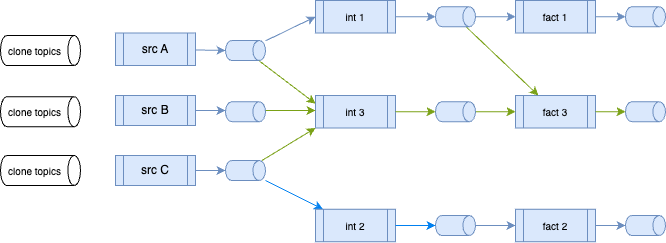
jbcodeforce/shift_left_utils keeps this draw.io diagram as docs/images/bg_2_3_0.drawio.png. Above is the earlier version. Source tidied: cells renumbered, new cells last; positions are measured from the earlier drawing's top-left corner, leaving out a move shared by most shapes. Source of this version:
```xml
<mxGraphModel>
  <root>
    <mxCell id="0" />
    <mxCell id="1" parent="0" />
    <mxCell id="2" value="int 3" style="shape=process;whiteSpace=wrap;html=1;backgroundOutline=1;fillColor=#dae8fc;strokeColor=#6c8ebf;fontSize=10;" parent="1" vertex="1">
      <mxGeometry x="290" y="99" width="80" height="32.5" as="geometry" />
    </mxCell>
    <mxCell id="3" style="edgeStyle=none;html=1;entryX=0;entryY=1;entryDx=0;entryDy=0;strokeColor=#7AA116;" parent="1" edge="1" source="5" target="2">
      <mxGeometry relative="1" as="geometry" />
    </mxCell>
    <mxCell id="4" style="edgeStyle=none;html=1;strokeColor=#0080F0;" parent="1" edge="1" source="5" target="37">
      <mxGeometry relative="1" as="geometry" />
    </mxCell>
    <mxCell id="5" style="shape=cylinder3;whiteSpace=wrap;html=1;boundedLbl=1;backgroundOutline=1;size=6.3255615234375;rotation=90;fillColor=#dae8fc;strokeColor=#6c8ebf;" parent="1" vertex="1">
      <mxGeometry x="210" y="154" width="20" height="40" as="geometry" />
    </mxCell>
    <mxCell id="6" value="src A" style="shape=process;whiteSpace=wrap;html=1;backgroundOutline=1;fillColor=#dae8fc;strokeColor=#6c8ebf;" parent="1" vertex="1">
      <mxGeometry x="90" y="36.5" width="80" height="32.5" as="geometry" />
    </mxCell>
    <mxCell id="7" value="src B" style="shape=process;whiteSpace=wrap;html=1;backgroundOutline=1;fillColor=#dae8fc;strokeColor=#6c8ebf;" parent="1" vertex="1">
      <mxGeometry x="90" y="99" width="80" height="30" as="geometry" />
    </mxCell>
    <mxCell id="8" value="fact 2" style="shape=process;whiteSpace=wrap;html=1;backgroundOutline=1;fillColor=#dae8fc;strokeColor=#6c8ebf;fontSize=10;" parent="1" vertex="1">
      <mxGeometry x="490" y="212.8" width="80" height="32.5" as="geometry" />
    </mxCell>
    <mxCell id="9" value="fact 3" style="shape=process;whiteSpace=wrap;html=1;backgroundOutline=1;fillColor=#dae8fc;strokeColor=#6c8ebf;fontSize=10;" parent="1" vertex="1">
      <mxGeometry x="490" y="99" width="80" height="32.5" as="geometry" />
    </mxCell>
    <mxCell id="10" style="edgeStyle=none;html=1;strokeColor=#6c8ebf;fillColor=#dae8fc;" parent="1" edge="1" source="11" target="8">
      <mxGeometry relative="1" as="geometry" />
    </mxCell>
    <mxCell id="11" style="shape=cylinder3;whiteSpace=wrap;html=1;boundedLbl=1;backgroundOutline=1;size=6.3255615234375;rotation=90;fillColor=#dae8fc;strokeColor=#6c8ebf;" parent="1" vertex="1">
      <mxGeometry x="420" y="209" width="20" height="40" as="geometry" />
    </mxCell>
    <mxCell id="12" style="shape=cylinder3;whiteSpace=wrap;html=1;boundedLbl=1;backgroundOutline=1;size=6.3255615234375;rotation=90;fillColor=#dae8fc;strokeColor=#6c8ebf;" parent="1" vertex="1">
      <mxGeometry x="610" y="209" width="20" height="40" as="geometry" />
    </mxCell>
    <mxCell id="13" style="shape=cylinder3;whiteSpace=wrap;html=1;boundedLbl=1;backgroundOutline=1;size=6.3255615234375;rotation=90;fillColor=#dae8fc;strokeColor=#6c8ebf;horizontal=0;fontSize=10;" parent="1" vertex="1">
      <mxGeometry x="610" y="95.2" width="20" height="40" as="geometry" />
    </mxCell>
    <mxCell id="14" style="edgeStyle=none;html=1;fillColor=#dae8fc;strokeColor=#7AA116;" parent="1" edge="1">
      <mxGeometry relative="1" as="geometry">
        <mxPoint x="240" y="114" as="sourcePoint" />
        <mxPoint x="290" y="114" as="targetPoint" />
      </mxGeometry>
    </mxCell>
    <mxCell id="15" style="edgeStyle=none;html=1;strokeColor=#6c8ebf;fillColor=#dae8fc;" parent="1" edge="1" source="16" target="23">
      <mxGeometry relative="1" as="geometry" />
    </mxCell>
    <mxCell id="16" value="int 1" style="shape=process;whiteSpace=wrap;html=1;backgroundOutline=1;fillColor=#dae8fc;strokeColor=#6c8ebf;fontSize=10;" parent="1" vertex="1">
      <mxGeometry x="290" y="4" width="80" height="32.5" as="geometry" />
    </mxCell>
    <mxCell id="17" style="edgeStyle=none;html=1;entryX=0;entryY=0.25;entryDx=0;entryDy=0;strokeColor=#7AA116;" parent="1" edge="1" source="19" target="2">
      <mxGeometry relative="1" as="geometry" />
    </mxCell>
    <mxCell id="18" style="edgeStyle=none;html=1;entryX=0;entryY=0.5;entryDx=0;entryDy=0;strokeColor=#6c8ebf;fillColor=#dae8fc;" parent="1" edge="1" source="19" target="16">
      <mxGeometry relative="1" as="geometry" />
    </mxCell>
    <mxCell id="19" style="shape=cylinder3;whiteSpace=wrap;html=1;boundedLbl=1;backgroundOutline=1;size=6.3255615234375;rotation=90;fillColor=#dae8fc;strokeColor=#6c8ebf;" parent="1" vertex="1">
      <mxGeometry x="210" y="34" width="20" height="40" as="geometry" />
    </mxCell>
    <mxCell id="20" value="fact 1" style="shape=process;whiteSpace=wrap;html=1;backgroundOutline=1;fillColor=#dae8fc;strokeColor=#6c8ebf;fontSize=10;" parent="1" vertex="1">
      <mxGeometry x="490" y="4" width="80" height="32.5" as="geometry" />
    </mxCell>
    <mxCell id="21" style="edgeStyle=none;html=1;strokeColor=#7AA116;" parent="1" edge="1" source="23" target="9">
      <mxGeometry relative="1" as="geometry" />
    </mxCell>
    <mxCell id="22" style="edgeStyle=none;html=1;entryX=0;entryY=0.5;entryDx=0;entryDy=0;strokeColor=#6c8ebf;fillColor=#dae8fc;" parent="1" edge="1" source="23" target="20">
      <mxGeometry relative="1" as="geometry" />
    </mxCell>
    <mxCell id="23" style="shape=cylinder3;whiteSpace=wrap;html=1;boundedLbl=1;backgroundOutline=1;size=6.3255615234375;rotation=90;fillColor=#dae8fc;strokeColor=#6c8ebf;" parent="1" vertex="1">
      <mxGeometry x="420" y="0.2" width="20" height="40" as="geometry" />
    </mxCell>
    <mxCell id="24" style="shape=cylinder3;whiteSpace=wrap;html=1;boundedLbl=1;backgroundOutline=1;size=6.3255615234375;rotation=90;fillColor=#dae8fc;strokeColor=#6c8ebf;" parent="1" vertex="1">
      <mxGeometry x="610" y="0.2" width="20" height="40" as="geometry" />
    </mxCell>
    <mxCell id="25" value="src C" style="shape=process;whiteSpace=wrap;html=1;backgroundOutline=1;fillColor=#dae8fc;strokeColor=#6c8ebf;" parent="1" vertex="1">
      <mxGeometry x="90" y="159" width="80" height="30" as="geometry" />
    </mxCell>
    <mxCell id="26" style="edgeStyle=none;html=1;entryX=0.5;entryY=1;entryDx=0;entryDy=0;entryPerimeter=0;fillColor=#dae8fc;strokeColor=#6c8ebf;" parent="1" edge="1" source="7">
      <mxGeometry relative="1" as="geometry">
        <mxPoint x="200" y="114" as="targetPoint" />
      </mxGeometry>
    </mxCell>
    <mxCell id="27" style="edgeStyle=none;html=1;entryX=0.5;entryY=1;entryDx=0;entryDy=0;entryPerimeter=0;strokeColor=#6c8ebf;fillColor=#dae8fc;" parent="1" edge="1" source="6" target="19">
      <mxGeometry relative="1" as="geometry" />
    </mxCell>
    <mxCell id="28" style="edgeStyle=none;html=1;entryX=0.5;entryY=1;entryDx=0;entryDy=0;entryPerimeter=0;strokeColor=#6c8ebf;fillColor=#dae8fc;" parent="1" edge="1" source="25" target="5">
      <mxGeometry relative="1" as="geometry" />
    </mxCell>
    <mxCell id="29" value="clone topics" style="shape=cylinder3;whiteSpace=wrap;html=1;boundedLbl=1;backgroundOutline=1;size=6.3255615234375;rotation=90;horizontal=0;fontSize=10;" parent="1" vertex="1">
      <mxGeometry y="14" width="30" height="80" as="geometry" />
    </mxCell>
    <mxCell id="30" value="clone topics" style="shape=cylinder3;whiteSpace=wrap;html=1;boundedLbl=1;backgroundOutline=1;size=6.3255615234375;rotation=90;horizontal=0;fontSize=10;" parent="1" vertex="1">
      <mxGeometry y="75.2" width="30" height="80" as="geometry" />
    </mxCell>
    <mxCell id="31" value="clone topics" style="shape=cylinder3;whiteSpace=wrap;html=1;boundedLbl=1;backgroundOutline=1;size=6.3255615234375;rotation=90;horizontal=0;fontSize=10;" parent="1" vertex="1">
      <mxGeometry y="134" width="30" height="80" as="geometry" />
    </mxCell>
    <mxCell id="32" style="edgeStyle=none;html=1;fillColor=#dae8fc;strokeColor=#7AA116;" parent="1" edge="1" source="33" target="9">
      <mxGeometry relative="1" as="geometry" />
    </mxCell>
    <mxCell id="33" style="shape=cylinder3;whiteSpace=wrap;html=1;boundedLbl=1;backgroundOutline=1;size=6.3255615234375;rotation=90;fillColor=#dae8fc;strokeColor=#6c8ebf;fontSize=10;horizontal=0;" parent="1" vertex="1">
      <mxGeometry x="420" y="95.2" width="20" height="40" as="geometry" />
    </mxCell>
    <mxCell id="34" style="edgeStyle=none;html=1;entryX=0.5;entryY=1;entryDx=0;entryDy=0;entryPerimeter=0;fillColor=#dae8fc;strokeColor=#7AA116;" parent="1" edge="1" source="2" target="33">
      <mxGeometry relative="1" as="geometry" />
    </mxCell>
    <mxCell id="35" style="edgeStyle=none;html=1;entryX=0.5;entryY=1;entryDx=0;entryDy=0;entryPerimeter=0;fillColor=#dae8fc;strokeColor=#7AA116;" parent="1" edge="1" source="9" target="13">
      <mxGeometry relative="1" as="geometry" />
    </mxCell>
    <mxCell id="36" style="edgeStyle=none;html=1;entryX=0.5;entryY=1;entryDx=0;entryDy=0;entryPerimeter=0;strokeColor=#6c8ebf;fillColor=#dae8fc;" parent="1" edge="1" source="20" target="24">
      <mxGeometry relative="1" as="geometry" />
    </mxCell>
    <mxCell id="37" value="int 2" style="shape=process;whiteSpace=wrap;html=1;backgroundOutline=1;fillColor=#dae8fc;strokeColor=#6c8ebf;fontSize=10;" parent="1" vertex="1">
      <mxGeometry x="290" y="212.8" width="80" height="32.5" as="geometry" />
    </mxCell>
    <mxCell id="38" style="edgeStyle=none;html=1;entryX=0.5;entryY=1;entryDx=0;entryDy=0;entryPerimeter=0;strokeColor=#0080F0;fillColor=#dae8fc;" parent="1" edge="1" source="37" target="11">
      <mxGeometry relative="1" as="geometry" />
    </mxCell>
    <mxCell id="39" style="edgeStyle=none;html=1;entryX=0.5;entryY=1;entryDx=0;entryDy=0;entryPerimeter=0;strokeColor=#6c8ebf;fillColor=#dae8fc;" parent="1" edge="1" source="8" target="12">
      <mxGeometry relative="1" as="geometry" />
    </mxCell>
    <mxCell id="40" style="shape=cylinder3;whiteSpace=wrap;html=1;boundedLbl=1;backgroundOutline=1;size=6.3255615234375;rotation=90;fillColor=#dae8fc;strokeColor=#6c8ebf;" parent="1" vertex="1">
      <mxGeometry x="210" y="95.2" width="20" height="40" as="geometry" />
    </mxCell>
  </root>
</mxGraphModel>
```
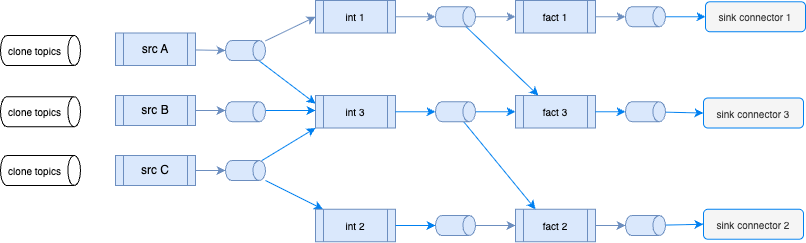
Above is the later version.

The edit, as a diff of the source:
```diff
@@ -5,7 +5,7 @@
     <mxCell id="2" value="int 3" style="shape=process;whiteSpace=wrap;html=1;backgroundOutline=1;fillColor=#dae8fc;strokeColor=#6c8ebf;fontSize=10;" parent="1" vertex="1">
       <mxGeometry x="290" y="99" width="80" height="32.5" as="geometry" />
     </mxCell>
-    <mxCell id="3" style="edgeStyle=none;html=1;entryX=0;entryY=1;entryDx=0;entryDy=0;strokeColor=#7AA116;" parent="1" edge="1" source="5" target="2">
+    <mxCell id="3" style="edgeStyle=none;html=1;entryX=0;entryY=1;entryDx=0;entryDy=0;strokeColor=#0080F0;" parent="1" edge="1" source="5" target="2">
       <mxGeometry relative="1" as="geometry" />
     </mxCell>
     <mxCell id="4" style="edgeStyle=none;html=1;strokeColor=#0080F0;" parent="1" edge="1" source="5" target="37">
@@ -32,13 +32,19 @@
     <mxCell id="11" style="shape=cylinder3;whiteSpace=wrap;html=1;boundedLbl=1;backgroundOutline=1;size=6.3255615234375;rotation=90;fillColor=#dae8fc;strokeColor=#6c8ebf;" parent="1" vertex="1">
       <mxGeometry x="420" y="209" width="20" height="40" as="geometry" />
     </mxCell>
+    <mxCell id="41" style="edgeStyle=none;html=1;entryX=0;entryY=0.5;entryDx=0;entryDy=0;strokeColor=#0080F0;" parent="1" edge="1" source="12" target="46">
+      <mxGeometry relative="1" as="geometry" />
+    </mxCell>
     <mxCell id="12" style="shape=cylinder3;whiteSpace=wrap;html=1;boundedLbl=1;backgroundOutline=1;size=6.3255615234375;rotation=90;fillColor=#dae8fc;strokeColor=#6c8ebf;" parent="1" vertex="1">
       <mxGeometry x="610" y="209" width="20" height="40" as="geometry" />
     </mxCell>
+    <mxCell id="42" style="edgeStyle=none;html=1;entryX=0;entryY=0.5;entryDx=0;entryDy=0;strokeColor=#0080F0;" parent="1" edge="1" source="13" target="47">
+      <mxGeometry relative="1" as="geometry" />
+    </mxCell>
     <mxCell id="13" style="shape=cylinder3;whiteSpace=wrap;html=1;boundedLbl=1;backgroundOutline=1;size=6.3255615234375;rotation=90;fillColor=#dae8fc;strokeColor=#6c8ebf;horizontal=0;fontSize=10;" parent="1" vertex="1">
       <mxGeometry x="610" y="95.2" width="20" height="40" as="geometry" />
     </mxCell>
-    <mxCell id="14" style="edgeStyle=none;html=1;fillColor=#dae8fc;strokeColor=#7AA116;" parent="1" edge="1">
+    <mxCell id="14" style="edgeStyle=none;html=1;fillColor=#dae8fc;strokeColor=#0080F0;" parent="1" edge="1">
       <mxGeometry relative="1" as="geometry">
         <mxPoint x="240" y="114" as="sourcePoint" />
         <mxPoint x="290" y="114" as="targetPoint" />
@@ -50,7 +56,7 @@
     <mxCell id="16" value="int 1" style="shape=process;whiteSpace=wrap;html=1;backgroundOutline=1;fillColor=#dae8fc;strokeColor=#6c8ebf;fontSize=10;" parent="1" vertex="1">
       <mxGeometry x="290" y="4" width="80" height="32.5" as="geometry" />
     </mxCell>
-    <mxCell id="17" style="edgeStyle=none;html=1;entryX=0;entryY=0.25;entryDx=0;entryDy=0;strokeColor=#7AA116;" parent="1" edge="1" source="19" target="2">
+    <mxCell id="17" style="edgeStyle=none;html=1;entryX=0;entryY=0.25;entryDx=0;entryDy=0;strokeColor=#0080F0;" parent="1" edge="1" source="19" target="2">
       <mxGeometry relative="1" as="geometry" />
     </mxCell>
     <mxCell id="18" style="edgeStyle=none;html=1;entryX=0;entryY=0.5;entryDx=0;entryDy=0;strokeColor=#6c8ebf;fillColor=#dae8fc;" parent="1" edge="1" source="19" target="16">
@@ -62,7 +68,7 @@
     <mxCell id="20" value="fact 1" style="shape=process;whiteSpace=wrap;html=1;backgroundOutline=1;fillColor=#dae8fc;strokeColor=#6c8ebf;fontSize=10;" parent="1" vertex="1">
       <mxGeometry x="490" y="4" width="80" height="32.5" as="geometry" />
     </mxCell>
-    <mxCell id="21" style="edgeStyle=none;html=1;strokeColor=#7AA116;" parent="1" edge="1" source="23" target="9">
+    <mxCell id="21" style="edgeStyle=none;html=1;strokeColor=#0080F0;" parent="1" edge="1" source="23" target="9">
       <mxGeometry relative="1" as="geometry" />
     </mxCell>
     <mxCell id="22" style="edgeStyle=none;html=1;entryX=0;entryY=0.5;entryDx=0;entryDy=0;strokeColor=#6c8ebf;fillColor=#dae8fc;" parent="1" edge="1" source="23" target="20">
@@ -71,6 +77,9 @@
     <mxCell id="23" style="shape=cylinder3;whiteSpace=wrap;html=1;boundedLbl=1;backgroundOutline=1;size=6.3255615234375;rotation=90;fillColor=#dae8fc;strokeColor=#6c8ebf;" parent="1" vertex="1">
       <mxGeometry x="420" y="0.2" width="20" height="40" as="geometry" />
     </mxCell>
+    <mxCell id="43" style="edgeStyle=none;html=1;entryX=0;entryY=0.5;entryDx=0;entryDy=0;strokeColor=#0080F0;" parent="1" edge="1" source="24" target="45">
+      <mxGeometry relative="1" as="geometry" />
+    </mxCell>
     <mxCell id="24" style="shape=cylinder3;whiteSpace=wrap;html=1;boundedLbl=1;backgroundOutline=1;size=6.3255615234375;rotation=90;fillColor=#dae8fc;strokeColor=#6c8ebf;" parent="1" vertex="1">
       <mxGeometry x="610" y="0.2" width="20" height="40" as="geometry" />
     </mxCell>
@@ -97,16 +106,19 @@
     <mxCell id="31" value="clone topics" style="shape=cylinder3;whiteSpace=wrap;html=1;boundedLbl=1;backgroundOutline=1;size=6.3255615234375;rotation=90;horizontal=0;fontSize=10;" parent="1" vertex="1">
       <mxGeometry y="134" width="30" height="80" as="geometry" />
     </mxCell>
-    <mxCell id="32" style="edgeStyle=none;html=1;fillColor=#dae8fc;strokeColor=#7AA116;" parent="1" edge="1" source="33" target="9">
+    <mxCell id="32" style="edgeStyle=none;html=1;fillColor=#dae8fc;strokeColor=#0080F0;" parent="1" edge="1" source="33" target="9">
       <mxGeometry relative="1" as="geometry" />
     </mxCell>
+    <mxCell id="44" style="edgeStyle=none;html=1;entryX=0.25;entryY=0;entryDx=0;entryDy=0;strokeColor=#0080F0;" parent="1" edge="1" source="33" target="8">
+      <mxGeometry relative="1" as="geometry" />
+    </mxCell>
     <mxCell id="33" style="shape=cylinder3;whiteSpace=wrap;html=1;boundedLbl=1;backgroundOutline=1;size=6.3255615234375;rotation=90;fillColor=#dae8fc;strokeColor=#6c8ebf;fontSize=10;horizontal=0;" parent="1" vertex="1">
       <mxGeometry x="420" y="95.2" width="20" height="40" as="geometry" />
     </mxCell>
-    <mxCell id="34" style="edgeStyle=none;html=1;entryX=0.5;entryY=1;entryDx=0;entryDy=0;entryPerimeter=0;fillColor=#dae8fc;strokeColor=#7AA116;" parent="1" edge="1" source="2" target="33">
+    <mxCell id="34" style="edgeStyle=none;html=1;entryX=0.5;entryY=1;entryDx=0;entryDy=0;entryPerimeter=0;fillColor=#dae8fc;strokeColor=#0080F0;" parent="1" edge="1" source="2" target="33">
       <mxGeometry relative="1" as="geometry" />
     </mxCell>
-    <mxCell id="35" style="edgeStyle=none;html=1;entryX=0.5;entryY=1;entryDx=0;entryDy=0;entryPerimeter=0;fillColor=#dae8fc;strokeColor=#7AA116;" parent="1" edge="1" source="9" target="13">
+    <mxCell id="35" style="edgeStyle=none;html=1;entryX=0.5;entryY=1;entryDx=0;entryDy=0;entryPerimeter=0;fillColor=#dae8fc;strokeColor=#0080F0;" parent="1" edge="1" source="9" target="13">
       <mxGeometry relative="1" as="geometry" />
     </mxCell>
     <mxCell id="36" style="edgeStyle=none;html=1;entryX=0.5;entryY=1;entryDx=0;entryDy=0;entryPerimeter=0;strokeColor=#6c8ebf;fillColor=#dae8fc;" parent="1" edge="1" source="20" target="24">
@@ -124,5 +136,14 @@
     <mxCell id="40" style="shape=cylinder3;whiteSpace=wrap;html=1;boundedLbl=1;backgroundOutline=1;size=6.3255615234375;rotation=90;fillColor=#dae8fc;strokeColor=#6c8ebf;" parent="1" vertex="1">
       <mxGeometry x="210" y="95.2" width="20" height="40" as="geometry" />
     </mxCell>
+    <mxCell id="45" value="sink connector 1" style="rounded=1;whiteSpace=wrap;html=1;fillColor=#f5f5f5;fontColor=#333333;strokeColor=#0080F0;fontSize=10;" parent="1" vertex="1">
+      <mxGeometry x="680" y="5.2" width="100" height="30" as="geometry" />
+    </mxCell>
+    <mxCell id="46" value="sink connector 2" style="rounded=1;whiteSpace=wrap;html=1;fillColor=#f5f5f5;fontColor=#333333;strokeColor=#0080F0;fontSize=10;" parent="1" vertex="1">
+      <mxGeometry x="678" y="212.8" width="100" height="30" as="geometry" />
+    </mxCell>
+    <mxCell id="47" value="sink connector 3" style="rounded=1;whiteSpace=wrap;html=1;fillColor=#f5f5f5;fontColor=#333333;strokeColor=#0080F0;fontSize=10;" parent="1" vertex="1">
+      <mxGeometry x="678" y="101.5" width="100" height="30" as="geometry" />
+    </mxCell>
   </root>
 </mxGraphModel>
```
